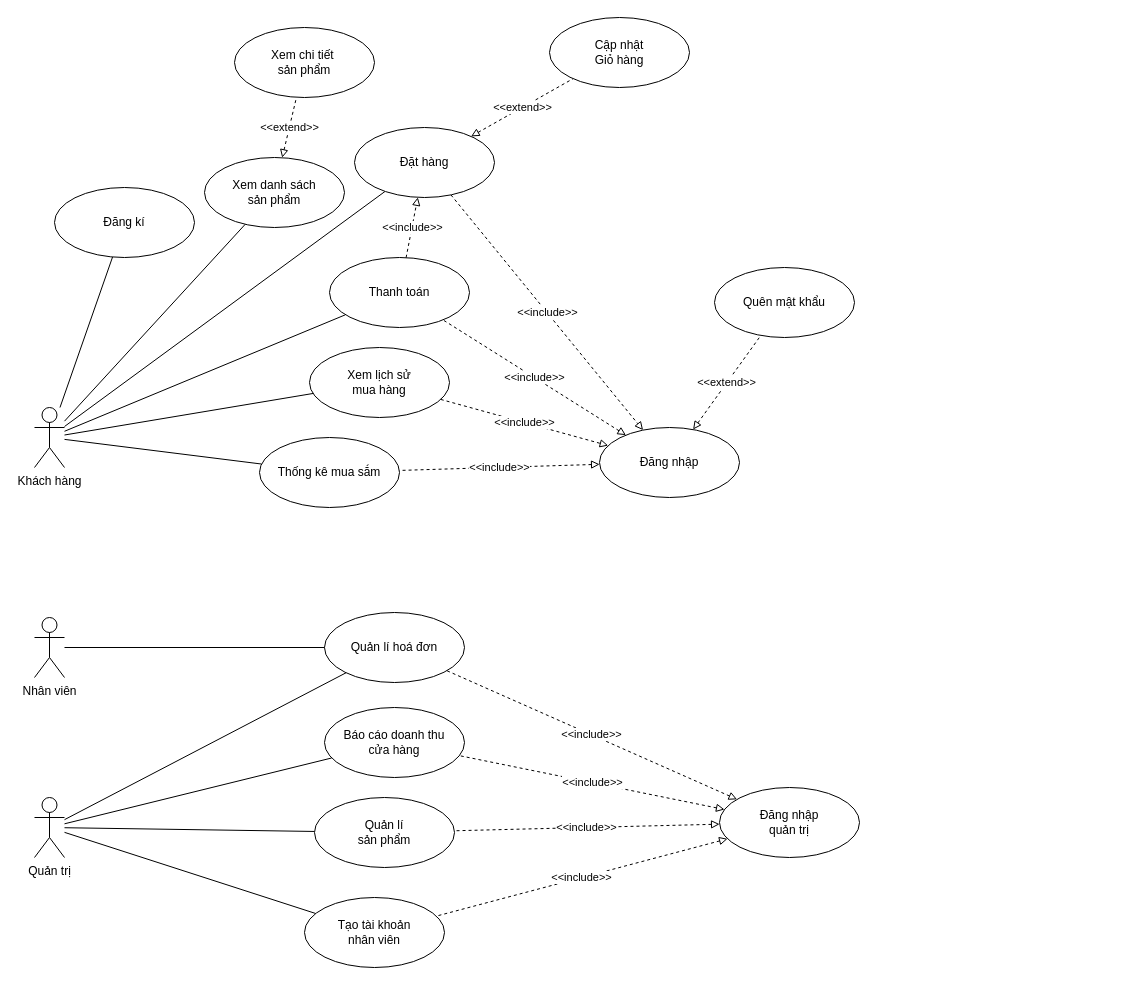
The draw.io diagram Nam3_HK1/CNPM_SoftTech/Usecase Diagrams/UseCaseDiagram_TongQuat.drawio in EdgarIgnite16/SGU-Course, before the edit. Source tidied: cells renumbered, new cells numbered last; positions are measured from the earlier drawing's top-left corner, leaving out a move shared by most shapes. Both pictures are drawn from the tidied source at 100%, with x=0, y=0 at pixel (34, 17).
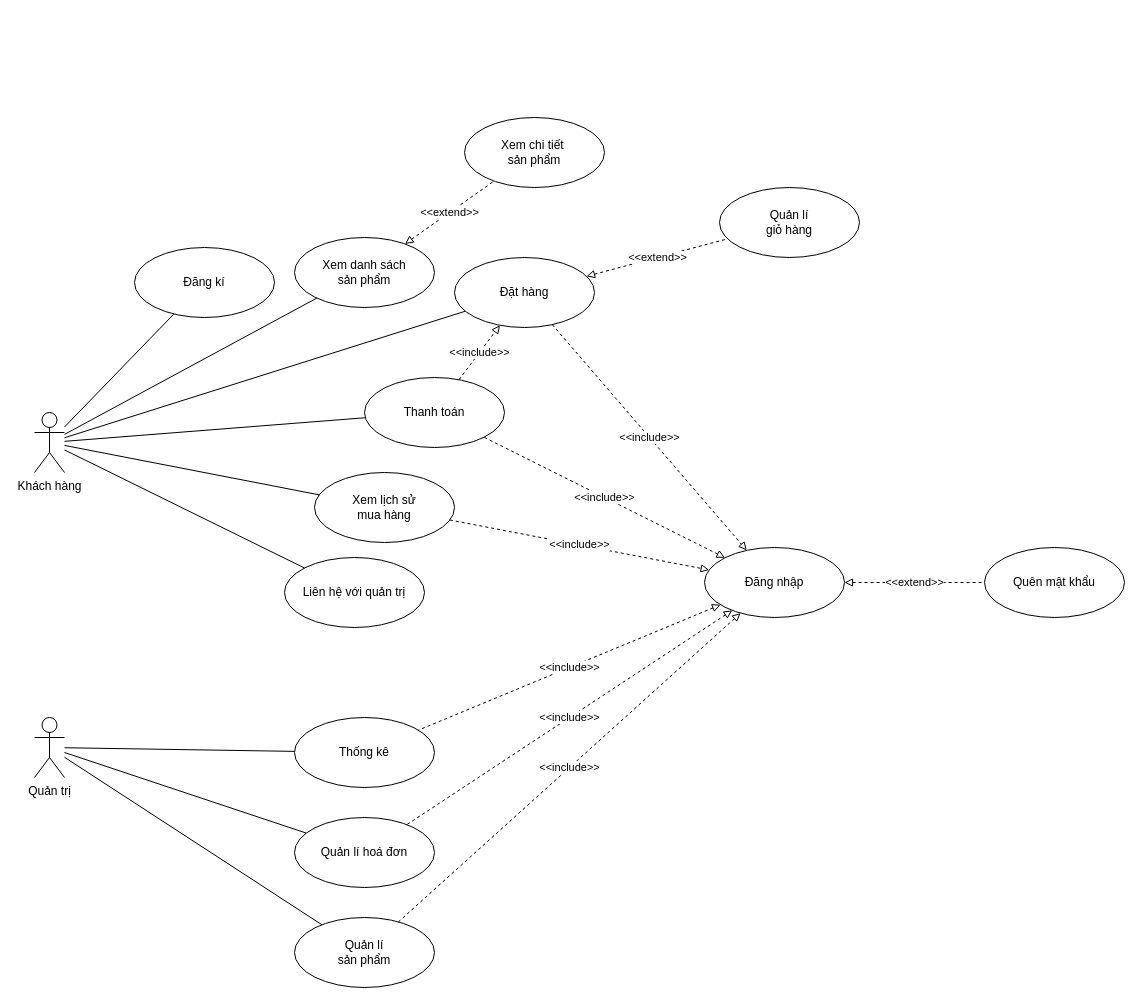
Above is the later version.

The edit, as a diff of the source:
```diff
@@
     <mxCell id="3" value="Khách hàng" style="shape=umlActor;verticalLabelPosition=bottom;verticalAlign=top;html=1;outlineConnect=0;" parent="1" vertex="1">
-      <mxGeometry y="390" width="30" height="60" as="geometry" />
+      <mxGeometry y="395" width="30" height="60" as="geometry" />
     </mxCell>
-    <mxCell id="4" value="Nhân viên" style="shape=umlActor;verticalLabelPosition=bottom;verticalAlign=top;html=1;outlineConnect=0;" parent="1" vertex="1">
-      <mxGeometry y="600" width="30" height="60" as="geometry" />
-    </mxCell>
@@
     <mxCell id="7" value="Quản trị" style="shape=umlActor;verticalLabelPosition=bottom;verticalAlign=top;html=1;outlineConnect=0;" parent="1" vertex="1">
-      <mxGeometry y="780" width="30" height="60" as="geometry" />
+      <mxGeometry y="700" width="30" height="60" as="geometry" />
     </mxCell>
@@
     <mxCell id="9" value="Đăng kí" style="ellipse;whiteSpace=wrap;html=1;" parent="1" vertex="1">
-      <mxGeometry x="20" y="170" width="140" height="70" as="geometry" />
+      <mxGeometry x="100" y="230" width="140" height="70" as="geometry" />
     </mxCell>
-    <mxCell id="10" value="Thống kê mua sắm" style="ellipse;whiteSpace=wrap;html=1;" parent="1" vertex="1">
-      <mxGeometry x="225" y="420" width="140" height="70" as="geometry" />
-    </mxCell>
     <mxCell id="11" value="Đăng nhập" style="ellipse;whiteSpace=wrap;html=1;" parent="1" vertex="1">
-      <mxGeometry x="565" y="410" width="140" height="70" as="geometry" />
+      <mxGeometry x="670" y="530" width="140" height="70" as="geometry" />
     </mxCell>
-    <mxCell id="12" value="&amp;lt;&amp;lt;include&amp;gt;&amp;gt;" style="jettySize=auto;html=1;strokeColor=default;rounded=0;dashed=1;endArrow=none;endFill=0;startArrow=block;startFill=0;" parent="1" edge="1" source="11" target="10">
-      <mxGeometry relative="1" as="geometry" />
-    </mxCell>
-    <mxCell id="13" style="rounded=0;jettySize=auto;html=1;endArrow=none;endFill=0;" parent="1" edge="1" source="10" target="3">
-      <mxGeometry relative="1" as="geometry" />
-    </mxCell>
@@
     <mxCell id="15" value="Thanh toán" style="ellipse;whiteSpace=wrap;html=1;" parent="1" vertex="1">
-      <mxGeometry x="295" y="240" width="140" height="70" as="geometry" />
+      <mxGeometry x="330" y="360" width="140" height="70" as="geometry" />
     </mxCell>
@@
     <mxCell id="18" value="Đặt hàng" style="ellipse;whiteSpace=wrap;html=1;" parent="1" vertex="1">
-      <mxGeometry x="320" y="110" width="140" height="70" as="geometry" />
+      <mxGeometry x="420" y="240" width="140" height="70" as="geometry" />
     </mxCell>
@@
-    <mxCell id="20" value="Xem lịch sử&lt;br&gt;mua hàng" style="ellipse;whiteSpace=wrap;html=1;" parent="1" vertex="1">
-      <mxGeometry x="275" y="330" width="140" height="70" as="geometry" />
+    <mxCell id="20" value="Xem lịch sử &lt;br&gt;mua hàng" style="ellipse;whiteSpace=wrap;html=1;" parent="1" vertex="1">
+      <mxGeometry x="280" y="455" width="140" height="70" as="geometry" />
     </mxCell>
@@
-    <mxCell id="22" value="Cập nhật&lt;br&gt;Giỏ hàng" style="ellipse;whiteSpace=wrap;html=1;" parent="1" vertex="1">
-      <mxGeometry x="515" width="140" height="70" as="geometry" />
+    <mxCell id="22" value="Quản lí&lt;br&gt;giỏ hàng" style="ellipse;whiteSpace=wrap;html=1;" parent="1" vertex="1">
+      <mxGeometry x="685" y="170" width="140" height="70" as="geometry" />
     </mxCell>
@@
     <mxCell id="24" value="Xem danh sách&lt;br&gt;sản phẩm" style="ellipse;whiteSpace=wrap;html=1;" parent="1" vertex="1">
-      <mxGeometry x="170" y="140" width="140" height="70" as="geometry" />
+      <mxGeometry x="260" y="220" width="140" height="70" as="geometry" />
     </mxCell>
     <mxCell id="25" value="Quên mật khẩu" style="ellipse;whiteSpace=wrap;html=1;" parent="1" vertex="1">
-      <mxGeometry x="680" y="250" width="140" height="70" as="geometry" />
+      <mxGeometry x="950" y="530" width="140" height="70" as="geometry" />
     </mxCell>
-    <mxCell id="26" value="Tạo tài khoản&lt;br&gt;nhân viên" style="ellipse;whiteSpace=wrap;html=1;" parent="1" vertex="1">
-      <mxGeometry x="270" y="880" width="140" height="70" as="geometry" />
-    </mxCell>
-    <mxCell id="27" style="edgeStyle=none;rounded=0;jettySize=auto;html=1;endArrow=none;endFill=0;" parent="1" edge="1" source="7" target="26">
-      <mxGeometry relative="1" as="geometry" />
-    </mxCell>
-    <mxCell id="28" value="&amp;lt;&amp;lt;include&amp;gt;&amp;gt;" style="jettySize=auto;html=1;strokeColor=default;rounded=0;dashed=1;endArrow=none;endFill=0;startArrow=block;startFill=0;" parent="1" edge="1" source="29" target="26">
-      <mxGeometry relative="1" as="geometry" />
-    </mxCell>
-    <mxCell id="29" value="Đăng nhập&lt;br&gt;quản trị" style="ellipse;whiteSpace=wrap;html=1;" parent="1" vertex="1">
-      <mxGeometry x="685" y="770" width="140" height="70" as="geometry" />
-    </mxCell>
     <mxCell id="30" value="Quản lí hoá đơn" style="ellipse;whiteSpace=wrap;html=1;" parent="1" vertex="1">
-      <mxGeometry x="290" y="595" width="140" height="70" as="geometry" />
+      <mxGeometry x="260" y="800" width="140" height="70" as="geometry" />
     </mxCell>
@@
-    <mxCell id="32" value="&amp;lt;&amp;lt;include&amp;gt;&amp;gt;" style="jettySize=auto;html=1;strokeColor=default;rounded=0;dashed=1;endArrow=none;endFill=0;startArrow=block;startFill=0;" parent="1" edge="1" source="29" target="30">
+    <mxCell id="32" value="&amp;lt;&amp;lt;include&amp;gt;&amp;gt;" style="jettySize=auto;html=1;strokeColor=default;rounded=0;dashed=1;endArrow=none;endFill=0;startArrow=block;startFill=0;" parent="1" edge="1" source="11" target="30">
       <mxGeometry relative="1" as="geometry" />
     </mxCell>
@@
     <mxCell id="34" value="Quản lí&lt;br&gt;sản phẩm" style="ellipse;whiteSpace=wrap;html=1;" parent="1" vertex="1">
-      <mxGeometry x="280" y="780" width="140" height="70" as="geometry" />
+      <mxGeometry x="260" y="900" width="140" height="70" as="geometry" />
     </mxCell>
-    <mxCell id="35" value="&amp;lt;&amp;lt;include&amp;gt;&amp;gt;&lt;br&gt;" style="jettySize=auto;html=1;strokeColor=default;rounded=0;dashed=1;endArrow=none;endFill=0;startArrow=block;startFill=0;" parent="1" edge="1" source="29" target="34">
+    <mxCell id="35" value="&amp;lt;&amp;lt;include&amp;gt;&amp;gt;&lt;br&gt;" style="jettySize=auto;html=1;strokeColor=default;rounded=0;dashed=1;endArrow=none;endFill=0;startArrow=block;startFill=0;" parent="1" edge="1" source="11" target="34">
       <mxGeometry relative="1" as="geometry" />
     </mxCell>
-    <mxCell id="36" value="Báo cáo doanh thu&lt;br&gt;cửa hàng&lt;br&gt;" style="ellipse;whiteSpace=wrap;html=1;" parent="1" vertex="1">
-      <mxGeometry x="290" y="690" width="140" height="70" as="geometry" />
+    <mxCell id="36" value="Thống kê" style="ellipse;whiteSpace=wrap;html=1;" parent="1" vertex="1">
+      <mxGeometry x="260" y="700" width="140" height="70" as="geometry" />
     </mxCell>
-    <mxCell id="37" value="&amp;lt;&amp;lt;include&amp;gt;&amp;gt;" style="jettySize=auto;html=1;strokeColor=default;rounded=0;dashed=1;endArrow=none;endFill=0;startArrow=block;startFill=0;" parent="1" edge="1" source="29" target="36">
+    <mxCell id="37" value="&amp;lt;&amp;lt;include&amp;gt;&amp;gt;" style="jettySize=auto;html=1;strokeColor=default;rounded=0;dashed=1;endArrow=none;endFill=0;startArrow=block;startFill=0;" parent="1" edge="1" source="11" target="36">
       <mxGeometry relative="1" as="geometry" />
     </mxCell>
@@
-    <mxCell id="39" style="edgeStyle=none;rounded=0;jettySize=auto;html=1;endArrow=none;endFill=0;" parent="1" edge="1" source="4" target="30">
-      <mxGeometry relative="1" as="geometry" />
-    </mxCell>
@@
     <mxCell id="42" value="Xem chi tiết&amp;nbsp;&lt;br&gt;sản phẩm" style="ellipse;whiteSpace=wrap;html=1;" parent="1" vertex="1">
-      <mxGeometry x="200" y="10" width="140" height="70" as="geometry" />
+      <mxGeometry x="430" y="100" width="140" height="70" as="geometry" />
     </mxCell>
@@
+    <mxCell id="44" style="edgeStyle=orthogonalEdgeStyle;rounded=0;orthogonalLoop=1;jettySize=auto;html=1;exitX=0.5;exitY=1;exitDx=0;exitDy=0;" parent="1" edge="1" source="15" target="15">
+      <mxGeometry relative="1" as="geometry" />
+    </mxCell>
+    <mxCell id="45" value="Liên hệ với quản trị" style="ellipse;whiteSpace=wrap;html=1;" parent="1" vertex="1">
+      <mxGeometry x="250" y="540" width="140" height="70" as="geometry" />
+    </mxCell>
+    <mxCell id="46" style="edgeStyle=none;rounded=0;jettySize=auto;html=1;endArrow=none;endFill=0;" parent="1" edge="1" source="45" target="3">
+      <mxGeometry relative="1" as="geometry" />
+    </mxCell>
```
